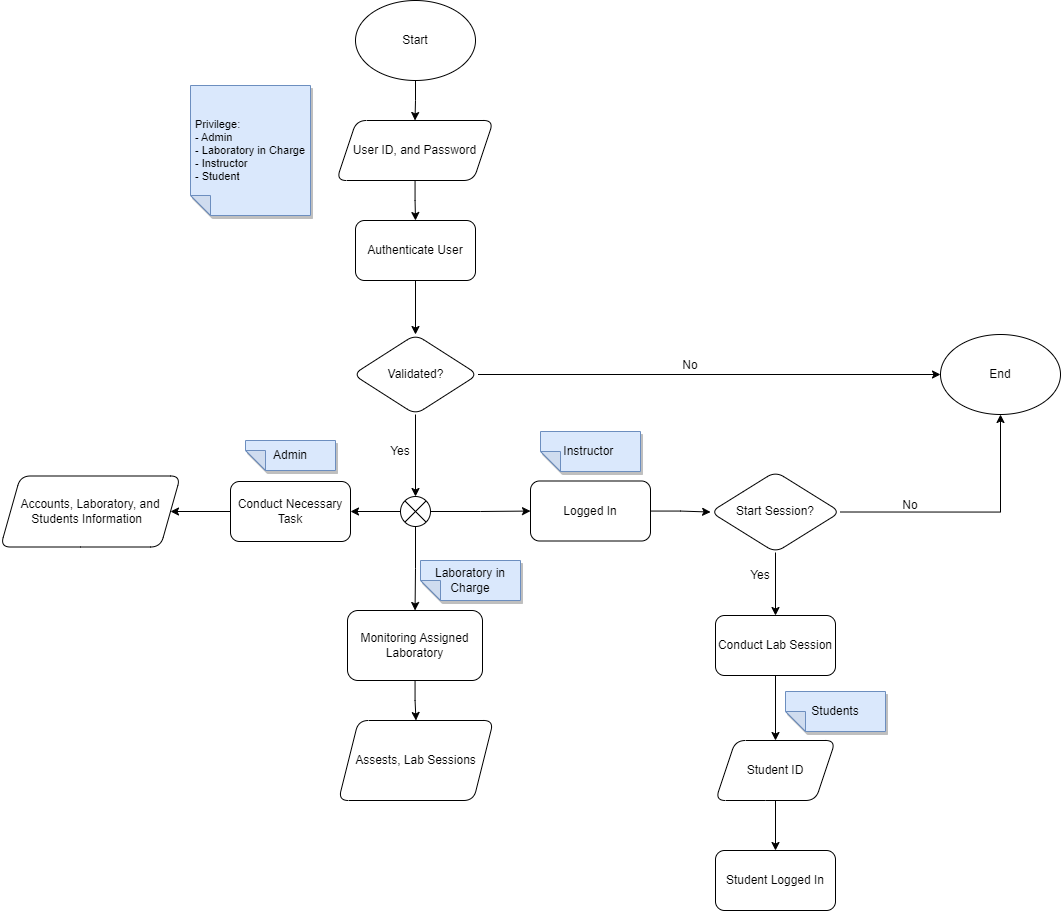
The draw.io diagram Heirarchy of Project Modules/LabSystem_Flowchart.drawio.png in kaisunoo/Acads, before a commit. Source tidied: cells renumbered, new cells last; positions are measured from the earlier drawing's top-left corner, leaving out a move shared by most shapes.
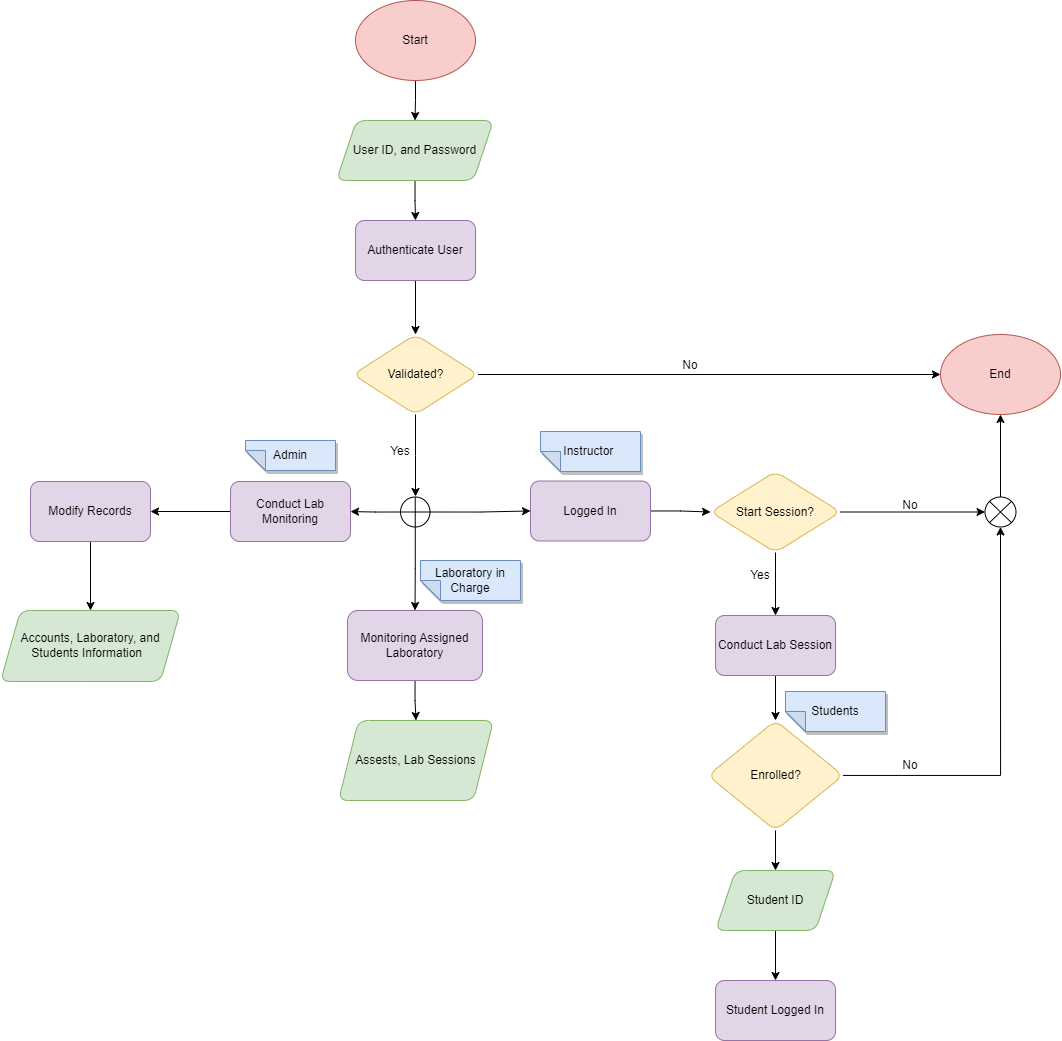
The same file after the commit.

Change to the diagram source:
```diff
@@ -5,61 +5,60 @@
     <mxCell id="2" style="edgeStyle=orthogonalEdgeStyle;rounded=0;jettySize=auto;html=1;exitX=0.5;exitY=1;exitDx=0;exitDy=0;entryX=0.5;entryY=0;entryDx=0;entryDy=0;" parent="1" edge="1" source="3" target="5">
       <mxGeometry relative="1" as="geometry" />
     </mxCell>
-    <mxCell id="3" value="Start" style="ellipse;whiteSpace=wrap;html=1;" parent="1" vertex="1">
+    <mxCell id="3" value="Start" style="ellipse;whiteSpace=wrap;html=1;fillColor=#f8cecc;strokeColor=#b85450;" parent="1" vertex="1">
       <mxGeometry x="355" width="120" height="80" as="geometry" />
     </mxCell>
     <mxCell id="4" style="edgeStyle=orthogonalEdgeStyle;rounded=0;jettySize=auto;html=1;" parent="1" edge="1" source="5" target="7">
       <mxGeometry relative="1" as="geometry" />
     </mxCell>
-    <mxCell id="5" value="User ID, and Password" style="shape=parallelogram;perimeter=parallelogramPerimeter;whiteSpace=wrap;html=1;fixedSize=1;rounded=1;" parent="1" vertex="1">
+    <mxCell id="5" value="User ID, and Password" style="shape=parallelogram;perimeter=parallelogramPerimeter;whiteSpace=wrap;html=1;fixedSize=1;rounded=1;fillColor=#d5e8d4;strokeColor=#82b366;" parent="1" vertex="1">
       <mxGeometry x="336" y="120" width="157" height="60" as="geometry" />
     </mxCell>
     <mxCell id="6" style="edgeStyle=orthogonalEdgeStyle;rounded=0;jettySize=auto;html=1;" parent="1" edge="1" source="7" target="10">
       <mxGeometry relative="1" as="geometry" />
     </mxCell>
-    <mxCell id="7" value="Authenticate User" style="rounded=1;whiteSpace=wrap;html=1;" parent="1" vertex="1">
+    <mxCell id="7" value="Authenticate User" style="rounded=1;whiteSpace=wrap;html=1;fillColor=#e1d5e7;strokeColor=#9673a6;" parent="1" vertex="1">
       <mxGeometry x="355" y="220" width="120" height="60" as="geometry" />
     </mxCell>
-    <mxCell id="8" style="edgeStyle=orthogonalEdgeStyle;rounded=0;jettySize=auto;html=1;exitX=0.5;exitY=1;exitDx=0;exitDy=0;entryX=0.5;entryY=0;entryDx=0;entryDy=0;" parent="1" edge="1" source="10" target="15">
-      <mxGeometry relative="1" as="geometry" />
+    <mxCell id="8" style="edgeStyle=orthogonalEdgeStyle;rounded=0;jettySize=auto;html=1;exitX=0.5;exitY=1;exitDx=0;exitDy=0;entryX=0.5;entryY=0;entryDx=0;entryDy=0;" parent="1" edge="1" source="10">
+      <mxGeometry relative="1" as="geometry">
+        <mxPoint x="415" y="496" as="targetPoint" />
+      </mxGeometry>
     </mxCell>
     <mxCell id="9" style="edgeStyle=orthogonalEdgeStyle;rounded=0;jettySize=auto;html=1;exitX=1;exitY=0.5;exitDx=0;exitDy=0;entryX=0;entryY=0.5;entryDx=0;entryDy=0;" parent="1" edge="1" source="10" target="31">
       <mxGeometry relative="1" as="geometry" />
     </mxCell>
-    <mxCell id="10" value="Validated?" style="rhombus;whiteSpace=wrap;html=1;rounded=1;" parent="1" vertex="1">
+    <mxCell id="10" value="Validated?" style="rhombus;whiteSpace=wrap;html=1;rounded=1;fillColor=#fff2cc;strokeColor=#d6b656;" parent="1" vertex="1">
       <mxGeometry x="352.5" y="334" width="125" height="80" as="geometry" />
     </mxCell>
     <mxCell id="11" value="Yes" style="text;strokeColor=none;align=center;fillColor=none;html=1;verticalAlign=middle;whiteSpace=wrap;rounded=0;" parent="1" vertex="1">
       <mxGeometry x="370" y="436" width="60" height="30" as="geometry" />
     </mxCell>
-    <mxCell id="12" style="edgeStyle=orthogonalEdgeStyle;rounded=0;jettySize=auto;html=1;" parent="1" edge="1" source="15" target="17">
+    <mxCell id="12" style="edgeStyle=orthogonalEdgeStyle;rounded=0;jettySize=auto;html=1;exitX=0;exitY=0.5;exitDx=0;exitDy=0;exitPerimeter=0;" parent="1" edge="1" source="45" target="17">
       <mxGeometry relative="1" as="geometry" />
     </mxCell>
-    <mxCell id="13" style="edgeStyle=orthogonalEdgeStyle;rounded=0;jettySize=auto;html=1;" parent="1" edge="1" source="15" target="21">
+    <mxCell id="13" style="edgeStyle=orthogonalEdgeStyle;rounded=0;jettySize=auto;html=1;" parent="1" edge="1" source="45" target="21">
       <mxGeometry relative="1" as="geometry" />
     </mxCell>
-    <mxCell id="14" style="edgeStyle=orthogonalEdgeStyle;rounded=0;jettySize=auto;html=1;" parent="1" edge="1" source="15" target="24">
+    <mxCell id="14" style="edgeStyle=orthogonalEdgeStyle;rounded=0;jettySize=auto;html=1;exitX=1;exitY=0.5;exitDx=0;exitDy=0;exitPerimeter=0;" parent="1" edge="1" source="45" target="24">
       <mxGeometry relative="1" as="geometry" />
     </mxCell>
-    <mxCell id="15" style="shape=sumEllipse;perimeter=ellipsePerimeter;whiteSpace=wrap;html=1;backgroundOutline=1;" parent="1" vertex="1">
-      <mxGeometry x="400" y="496" width="30" height="30" as="geometry" />
-    </mxCell>
-    <mxCell id="16" style="edgeStyle=orthogonalEdgeStyle;rounded=0;jettySize=auto;html=1;exitX=0;exitY=0.5;exitDx=0;exitDy=0;entryX=1;entryY=0.5;entryDx=0;entryDy=0;" parent="1" edge="1" source="17" target="27">
+    <mxCell id="16" style="edgeStyle=orthogonalEdgeStyle;rounded=0;jettySize=auto;html=1;exitX=0.5;exitY=1;exitDx=0;exitDy=0;entryX=0.5;entryY=0;entryDx=0;entryDy=0;" parent="1" edge="1" source="50" target="27">
       <mxGeometry relative="1" as="geometry" />
     </mxCell>
+    <mxCell id="41" style="edgeStyle=orthogonalEdgeStyle;rounded=0;jettySize=auto;html=1;" parent="1" edge="1" source="17" target="50">
+      <mxGeometry relative="1" as="geometry" />
+    </mxCell>
-    <mxCell id="17" value="Conduct Necessary Task" style="whiteSpace=wrap;html=1;rounded=1;" parent="1" vertex="1">
+    <mxCell id="17" value="Conduct Lab Monitoring" style="whiteSpace=wrap;html=1;rounded=1;fillColor=#e1d5e7;strokeColor=#9673a6;" parent="1" vertex="1">
       <mxGeometry x="230" y="481" width="120" height="60" as="geometry" />
     </mxCell>
-    <mxCell id="18" value="&lt;div style=&quot;text-align: left; font-size: 11px;&quot;&gt;&lt;span style=&quot;background-color: initial;&quot;&gt;&lt;font style=&quot;font-size: 11px;&quot;&gt;Privilege:&amp;nbsp;&lt;/font&gt;&lt;/span&gt;&lt;/div&gt;&lt;div style=&quot;text-align: left; font-size: 11px;&quot;&gt;&lt;span style=&quot;background-color: initial;&quot;&gt;&lt;font style=&quot;font-size: 11px;&quot;&gt;- Admin&lt;/font&gt;&lt;/span&gt;&lt;/div&gt;&lt;div style=&quot;text-align: left; font-size: 11px;&quot;&gt;&lt;span style=&quot;background-color: initial;&quot;&gt;&lt;font style=&quot;font-size: 11px;&quot;&gt;- Laboratory in Charge&lt;/font&gt;&lt;/span&gt;&lt;/div&gt;&lt;div style=&quot;text-align: left; font-size: 11px;&quot;&gt;&lt;span style=&quot;background-color: initial;&quot;&gt;&lt;font style=&quot;font-size: 11px;&quot;&gt;- Instructor&amp;nbsp;&lt;/font&gt;&lt;/span&gt;&lt;/div&gt;&lt;div style=&quot;text-align: left; font-size: 11px;&quot;&gt;&lt;span style=&quot;background-color: initial;&quot;&gt;&lt;font style=&quot;font-size: 11px;&quot;&gt;- Student&lt;/font&gt;&lt;/span&gt;&lt;/div&gt;" style="shape=note;whiteSpace=wrap;html=1;backgroundOutline=1;darkOpacity=0.05;fillColor=#dae8fc;strokeColor=#6c8ebf;fillStyle=solid;direction=west;gradientDirection=north;shadow=1;size=20;" parent="1" vertex="1">
-      <mxGeometry x="190" y="85" width="120" height="130" as="geometry" />
-    </mxCell>
     <mxCell id="19" value="Admin" style="shape=note;whiteSpace=wrap;html=1;backgroundOutline=1;darkOpacity=0.05;fillColor=#dae8fc;strokeColor=#6c8ebf;fillStyle=solid;direction=west;gradientDirection=north;shadow=1;size=20;" parent="1" vertex="1">
       <mxGeometry x="245" y="440" width="90" height="30" as="geometry" />
     </mxCell>
     <mxCell id="20" style="edgeStyle=orthogonalEdgeStyle;rounded=0;jettySize=auto;html=1;entryX=0.5;entryY=0;entryDx=0;entryDy=0;" parent="1" edge="1" source="21" target="26">
       <mxGeometry relative="1" as="geometry" />
     </mxCell>
-    <mxCell id="21" value="Monitoring Assigned Laboratory" style="whiteSpace=wrap;html=1;rounded=1;" parent="1" vertex="1">
+    <mxCell id="21" value="Monitoring Assigned Laboratory" style="whiteSpace=wrap;html=1;rounded=1;fillColor=#e1d5e7;strokeColor=#9673a6;" parent="1" vertex="1">
       <mxGeometry x="347" y="610" width="135" height="70" as="geometry" />
     </mxCell>
     <mxCell id="22" value="Laboratory in Charge" style="shape=note;whiteSpace=wrap;html=1;backgroundOutline=1;darkOpacity=0.05;fillColor=#dae8fc;strokeColor=#6c8ebf;fillStyle=solid;direction=west;gradientDirection=north;shadow=1;size=20;" parent="1" vertex="1">
@@ -68,44 +67,44 @@
     <mxCell id="23" style="edgeStyle=orthogonalEdgeStyle;rounded=0;jettySize=auto;html=1;" parent="1" edge="1" source="24" target="30">
       <mxGeometry relative="1" as="geometry" />
     </mxCell>
-    <mxCell id="24" value="Logged In" style="whiteSpace=wrap;html=1;rounded=1;" parent="1" vertex="1">
+    <mxCell id="24" value="Logged In" style="whiteSpace=wrap;html=1;rounded=1;fillColor=#e1d5e7;strokeColor=#9673a6;" parent="1" vertex="1">
       <mxGeometry x="530" y="480.5" width="120" height="60" as="geometry" />
     </mxCell>
     <mxCell id="25" value="Instructor&amp;nbsp;" style="shape=note;whiteSpace=wrap;html=1;backgroundOutline=1;darkOpacity=0.05;fillColor=#dae8fc;strokeColor=#6c8ebf;fillStyle=solid;direction=west;gradientDirection=north;shadow=1;size=20;" parent="1" vertex="1">
       <mxGeometry x="540" y="431" width="100" height="40" as="geometry" />
     </mxCell>
-    <mxCell id="26" value="Assests, Lab Sessions" style="shape=parallelogram;perimeter=parallelogramPerimeter;whiteSpace=wrap;html=1;fixedSize=1;rounded=1;" parent="1" vertex="1">
+    <mxCell id="26" value="Assests, Lab Sessions" style="shape=parallelogram;perimeter=parallelogramPerimeter;whiteSpace=wrap;html=1;fixedSize=1;rounded=1;fillColor=#d5e8d4;strokeColor=#82b366;" parent="1" vertex="1">
       <mxGeometry x="338" y="720" width="155" height="80" as="geometry" />
     </mxCell>
-    <mxCell id="27" value="Accounts, Laboratory, and Students Information&amp;nbsp;&amp;nbsp;" style="shape=parallelogram;perimeter=parallelogramPerimeter;whiteSpace=wrap;html=1;fixedSize=1;rounded=1;" parent="1" vertex="1">
-      <mxGeometry y="475.5" width="180" height="71" as="geometry" />
+    <mxCell id="27" value="Accounts, Laboratory, and Students Information&amp;nbsp;&amp;nbsp;" style="shape=parallelogram;perimeter=parallelogramPerimeter;whiteSpace=wrap;html=1;fixedSize=1;rounded=1;fillColor=#d5e8d4;strokeColor=#82b366;" parent="1" vertex="1">
+      <mxGeometry y="610" width="180" height="71" as="geometry" />
     </mxCell>
-    <mxCell id="28" style="edgeStyle=orthogonalEdgeStyle;rounded=0;jettySize=auto;html=1;exitX=1;exitY=0.5;exitDx=0;exitDy=0;entryX=0.5;entryY=1;entryDx=0;entryDy=0;" parent="1" edge="1" source="30" target="31">
+    <mxCell id="28" style="edgeStyle=orthogonalEdgeStyle;rounded=0;jettySize=auto;html=1;exitX=1;exitY=0.5;exitDx=0;exitDy=0;entryX=0;entryY=0.5;entryDx=0;entryDy=0;entryPerimeter=0;" parent="1" edge="1" source="30" target="47">
       <mxGeometry relative="1" as="geometry" />
     </mxCell>
     <mxCell id="29" style="edgeStyle=orthogonalEdgeStyle;rounded=0;jettySize=auto;html=1;" parent="1" edge="1" source="30" target="34">
       <mxGeometry relative="1" as="geometry" />
     </mxCell>
-    <mxCell id="30" value="Start Session?" style="rhombus;whiteSpace=wrap;html=1;rounded=1;" parent="1" vertex="1">
+    <mxCell id="30" value="Start Session?" style="rhombus;whiteSpace=wrap;html=1;rounded=1;fillColor=#fff2cc;strokeColor=#d6b656;" parent="1" vertex="1">
       <mxGeometry x="710" y="471" width="130" height="81" as="geometry" />
     </mxCell>
-    <mxCell id="31" value="End" style="ellipse;whiteSpace=wrap;html=1;" parent="1" vertex="1">
+    <mxCell id="31" value="End" style="ellipse;whiteSpace=wrap;html=1;fillColor=#f8cecc;strokeColor=#b85450;" parent="1" vertex="1">
       <mxGeometry x="940" y="334" width="120" height="80" as="geometry" />
     </mxCell>
     <mxCell id="32" value="No" style="text;strokeColor=none;align=center;fillColor=none;html=1;verticalAlign=middle;whiteSpace=wrap;rounded=0;" parent="1" vertex="1">
       <mxGeometry x="660" y="350" width="60" height="30" as="geometry" />
     </mxCell>
-    <mxCell id="33" style="edgeStyle=orthogonalEdgeStyle;rounded=0;jettySize=auto;html=1;exitX=0.5;exitY=1;exitDx=0;exitDy=0;entryX=0.5;entryY=0;entryDx=0;entryDy=0;" parent="1" edge="1" source="34" target="36">
+    <mxCell id="33" style="edgeStyle=orthogonalEdgeStyle;rounded=0;jettySize=auto;html=1;exitX=0.5;exitY=1;exitDx=0;exitDy=0;" parent="1" edge="1" source="34" target="43">
       <mxGeometry relative="1" as="geometry" />
     </mxCell>
-    <mxCell id="34" value="Conduct Lab Session" style="whiteSpace=wrap;html=1;rounded=1;" parent="1" vertex="1">
+    <mxCell id="34" value="Conduct Lab Session" style="whiteSpace=wrap;html=1;rounded=1;fillColor=#e1d5e7;strokeColor=#9673a6;" parent="1" vertex="1">
       <mxGeometry x="715" y="615" width="120" height="60" as="geometry" />
     </mxCell>
     <mxCell id="35" style="edgeStyle=orthogonalEdgeStyle;rounded=0;jettySize=auto;html=1;" parent="1" edge="1" source="36" target="40">
       <mxGeometry relative="1" as="geometry" />
     </mxCell>
-    <mxCell id="36" value="Student ID" style="shape=parallelogram;perimeter=parallelogramPerimeter;whiteSpace=wrap;html=1;fixedSize=1;rounded=1;" parent="1" vertex="1">
-      <mxGeometry x="715" y="740" width="120" height="60" as="geometry" />
+    <mxCell id="36" value="Student ID" style="shape=parallelogram;perimeter=parallelogramPerimeter;whiteSpace=wrap;html=1;fixedSize=1;rounded=1;fillColor=#d5e8d4;strokeColor=#82b366;" parent="1" vertex="1">
+      <mxGeometry x="715" y="870" width="120" height="60" as="geometry" />
     </mxCell>
     <mxCell id="37" value="Students" style="shape=note;whiteSpace=wrap;html=1;backgroundOutline=1;darkOpacity=0.05;fillColor=#dae8fc;strokeColor=#6c8ebf;fillStyle=solid;direction=west;gradientDirection=north;shadow=1;size=20;" parent="1" vertex="1">
       <mxGeometry x="785" y="691" width="100" height="40" as="geometry" />
@@ -116,8 +115,37 @@
     <mxCell id="39" value="No" style="text;strokeColor=none;align=center;fillColor=none;html=1;verticalAlign=middle;whiteSpace=wrap;rounded=0;" parent="1" vertex="1">
       <mxGeometry x="880" y="490" width="60" height="30" as="geometry" />
     </mxCell>
-    <mxCell id="40" value="Student Logged In" style="whiteSpace=wrap;html=1;rounded=1;" parent="1" vertex="1">
-      <mxGeometry x="715" y="850" width="120" height="60" as="geometry" />
+    <mxCell id="40" value="Student Logged In" style="whiteSpace=wrap;html=1;rounded=1;fillColor=#e1d5e7;strokeColor=#9673a6;" parent="1" vertex="1">
+      <mxGeometry x="715" y="980" width="120" height="60" as="geometry" />
     </mxCell>
+    <mxCell id="42" style="edgeStyle=orthogonalEdgeStyle;rounded=0;jettySize=auto;html=1;exitX=0.5;exitY=1;exitDx=0;exitDy=0;entryX=0.5;entryY=0;entryDx=0;entryDy=0;" parent="1" edge="1" source="43" target="36">
+      <mxGeometry relative="1" as="geometry" />
+    </mxCell>
+    <mxCell id="43" value="Enrolled?" style="rhombus;whiteSpace=wrap;html=1;rounded=1;fillColor=#fff2cc;strokeColor=#d6b656;" parent="1" vertex="1">
+      <mxGeometry x="707.5" y="720" width="135" height="110" as="geometry" />
+    </mxCell>
+    <mxCell id="44" style="edgeStyle=orthogonalEdgeStyle;rounded=0;jettySize=auto;html=1;" parent="1" edge="1" target="45">
+      <mxGeometry relative="1" as="geometry">
+        <mxPoint x="415" y="526" as="sourcePoint" />
+      </mxGeometry>
+    </mxCell>
+    <mxCell id="45" style="verticalLabelPosition=bottom;verticalAlign=top;html=1;shape=mxgraph.flowchart.summing_function;" parent="1" vertex="1">
+      <mxGeometry x="400" y="496.5" width="29.5" height="30" as="geometry" />
+    </mxCell>
+    <mxCell id="46" style="edgeStyle=orthogonalEdgeStyle;rounded=0;jettySize=auto;html=1;exitX=0.5;exitY=0;exitDx=0;exitDy=0;exitPerimeter=0;entryX=0.5;entryY=1;entryDx=0;entryDy=0;" parent="1" edge="1" source="47" target="31">
+      <mxGeometry relative="1" as="geometry" />
+    </mxCell>
+    <mxCell id="47" style="verticalLabelPosition=bottom;verticalAlign=top;html=1;shape=mxgraph.flowchart.or;" parent="1" vertex="1">
+      <mxGeometry x="984.5" y="496.5" width="31" height="30" as="geometry" />
+    </mxCell>
+    <mxCell id="48" style="edgeStyle=orthogonalEdgeStyle;rounded=0;jettySize=auto;html=1;entryX=0.5;entryY=1;entryDx=0;entryDy=0;entryPerimeter=0;" parent="1" edge="1" source="43" target="47">
+      <mxGeometry relative="1" as="geometry" />
+    </mxCell>
+    <mxCell id="49" value="No" style="text;strokeColor=none;align=center;fillColor=none;html=1;verticalAlign=middle;whiteSpace=wrap;rounded=0;" parent="1" vertex="1">
+      <mxGeometry x="880" y="750" width="60" height="30" as="geometry" />
+    </mxCell>
+    <mxCell id="50" value="Modify Records" style="whiteSpace=wrap;html=1;rounded=1;fillColor=#e1d5e7;strokeColor=#9673a6;" parent="1" vertex="1">
+      <mxGeometry x="30" y="481" width="120" height="60" as="geometry" />
+    </mxCell>
   </root>
 </mxGraphModel>
```
